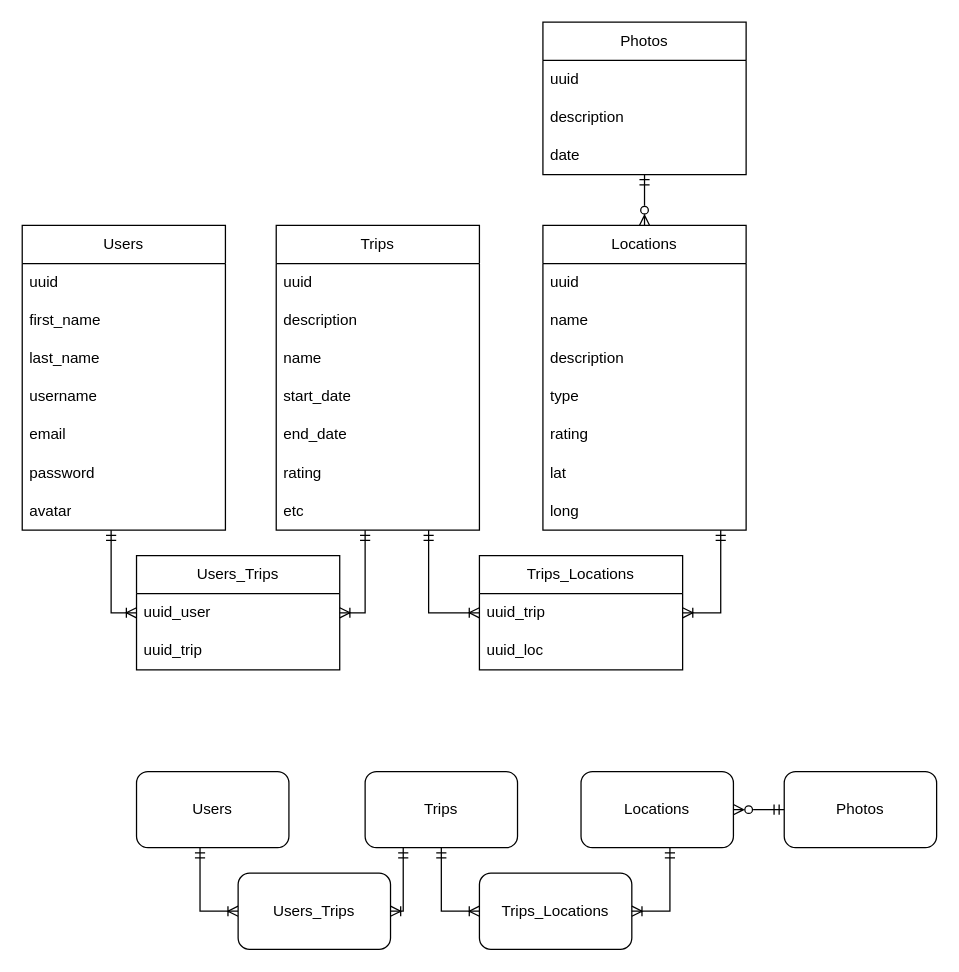
The draw.io diagram modelos.drawio in devdp11/mobile-android-project, before the edit. Source tidied: cells renumbered, new cells numbered last; positions are measured from the earlier drawing's top-left corner, leaving out a move shared by most shapes. Both pictures are drawn from the tidied source at 127%, with x=0, y=0 at pixel (22, 22).
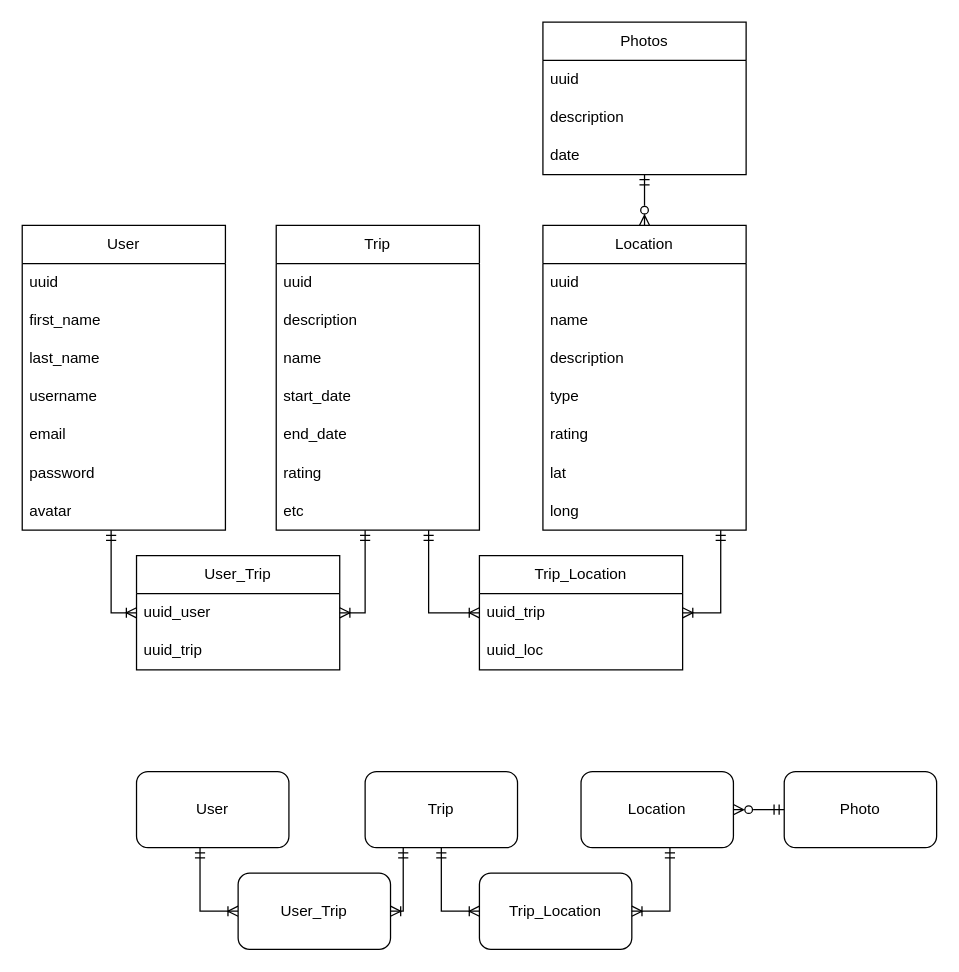
After the change.

Change to the diagram source:
```diff
@@
-    <mxCell id="2" value="Users" style="swimlane;fontStyle=0;horizontal=1;startSize=30;whiteSpace=wrap;html=1;" parent="1" vertex="1">
+    <mxCell id="2" value="User" style="swimlane;fontStyle=0;horizontal=1;startSize=30;whiteSpace=wrap;html=1;" parent="1" vertex="1">
       <mxGeometry y="160" width="160" height="240" as="geometry" />
     </mxCell>
@@
-    <mxCell id="10" value="Trips" style="swimlane;fontStyle=0;horizontal=1;startSize=30;whiteSpace=wrap;html=1;" parent="1" vertex="1">
+    <mxCell id="10" value="Trip" style="swimlane;fontStyle=0;horizontal=1;startSize=30;whiteSpace=wrap;html=1;" parent="1" vertex="1">
       <mxGeometry x="200" y="160" width="160" height="240" as="geometry" />
     </mxCell>
@@
-    <mxCell id="18" value="Users_Trips" style="swimlane;fontStyle=0;horizontal=1;startSize=30;whiteSpace=wrap;html=1;" parent="1" vertex="1">
+    <mxCell id="18" value="User_Trip" style="swimlane;fontStyle=0;horizontal=1;startSize=30;whiteSpace=wrap;html=1;" parent="1" vertex="1">
       <mxGeometry x="90" y="420" width="160" height="90" as="geometry" />
     </mxCell>
@@
-    <mxCell id="21" value="Trips_Locations" style="swimlane;fontStyle=0;horizontal=1;startSize=30;whiteSpace=wrap;html=1;" parent="1" vertex="1">
+    <mxCell id="21" value="Trip_Location" style="swimlane;fontStyle=0;horizontal=1;startSize=30;whiteSpace=wrap;html=1;" parent="1" vertex="1">
       <mxGeometry x="360" y="420" width="160" height="90" as="geometry" />
     </mxCell>
@@
-    <mxCell id="24" value="Locations" style="swimlane;fontStyle=0;horizontal=1;startSize=30;whiteSpace=wrap;html=1;" parent="1" vertex="1">
+    <mxCell id="24" value="Location" style="swimlane;fontStyle=0;horizontal=1;startSize=30;whiteSpace=wrap;html=1;" parent="1" vertex="1">
       <mxGeometry x="410" y="160" width="160" height="240" as="geometry" />
     </mxCell>
@@
-    <mxCell id="41" value="Users" style="rounded=1;whiteSpace=wrap;html=1;" parent="1" vertex="1">
+    <mxCell id="41" value="User" style="rounded=1;whiteSpace=wrap;html=1;" parent="1" vertex="1">
       <mxGeometry x="90" y="590" width="120" height="60" as="geometry" />
     </mxCell>
@@
-    <mxCell id="43" value="Trips" style="rounded=1;whiteSpace=wrap;html=1;" parent="1" vertex="1">
+    <mxCell id="43" value="Trip" style="rounded=1;whiteSpace=wrap;html=1;" parent="1" vertex="1">
       <mxGeometry x="270" y="590" width="120" height="60" as="geometry" />
     </mxCell>
@@
-    <mxCell id="46" value="Users_Trips" style="rounded=1;whiteSpace=wrap;html=1;" parent="1" vertex="1">
+    <mxCell id="46" value="User_Trip" style="rounded=1;whiteSpace=wrap;html=1;" parent="1" vertex="1">
       <mxGeometry x="170" y="670" width="120" height="60" as="geometry" />
     </mxCell>
-    <mxCell id="47" value="Trips_Locations" style="rounded=1;whiteSpace=wrap;html=1;" parent="1" vertex="1">
+    <mxCell id="47" value="Trip_Location" style="rounded=1;whiteSpace=wrap;html=1;" parent="1" vertex="1">
       <mxGeometry x="360" y="670" width="120" height="60" as="geometry" />
     </mxCell>
@@
-    <mxCell id="50" value="Locations" style="rounded=1;whiteSpace=wrap;html=1;" parent="1" vertex="1">
+    <mxCell id="50" value="Location" style="rounded=1;whiteSpace=wrap;html=1;" parent="1" vertex="1">
       <mxGeometry x="440" y="590" width="120" height="60" as="geometry" />
     </mxCell>
-    <mxCell id="51" value="Photos" style="rounded=1;whiteSpace=wrap;html=1;" parent="1" vertex="1">
+    <mxCell id="51" value="Photo" style="rounded=1;whiteSpace=wrap;html=1;" parent="1" vertex="1">
       <mxGeometry x="600" y="590" width="120" height="60" as="geometry" />
     </mxCell>
```
